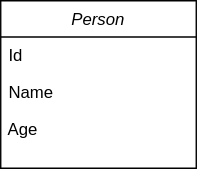
This is Database_Model.drawio.svg from Squaremann-008/FastAPI_CRUD, a draw.io export, as it was before one commit. Source tidied: cells renumbered, new cells last; positions are measured from the earlier drawing's top-left corner, leaving out a move shared by most shapes.
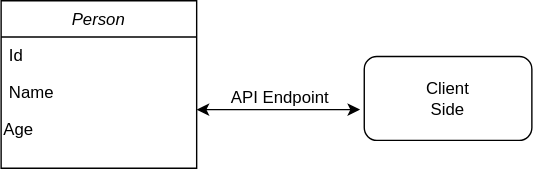
Later version of the same file.

Diff of the diagram source:
```diff
@@ -14,5 +14,17 @@
     <mxCell id="5" value="&lt;div&gt;&amp;nbsp;Age&lt;/div&gt;" style="text;html=1;strokeColor=none;fillColor=none;align=left;verticalAlign=middle;whiteSpace=wrap;rounded=0;" parent="2" vertex="1">
       <mxGeometry y="78" width="140" height="30" as="geometry" />
     </mxCell>
+    <mxCell id="6" style="rounded=1;whiteSpace=wrap;html=1;" parent="1" vertex="1">
+      <mxGeometry x="260" y="40" width="120" height="60" as="geometry" />
+    </mxCell>
+    <mxCell id="7" style="endArrow=classic;startArrow=classic;html=1;entryX=1;entryY=0;entryDx=0;entryDy=0;exitX=-0.025;exitY=0.633;exitDx=0;exitDy=0;exitPerimeter=0;" parent="1" edge="1" source="6" target="5">
+      <mxGeometry relative="1" as="geometry" />
+    </mxCell>
+    <mxCell id="8" value="Client Side" style="text;html=1;strokeColor=none;fillColor=none;align=center;verticalAlign=middle;whiteSpace=wrap;rounded=0;" parent="1" vertex="1">
+      <mxGeometry x="290" y="55" width="60" height="30" as="geometry" />
+    </mxCell>
+    <mxCell id="9" value="API Endpoint" style="text;html=1;strokeColor=none;fillColor=none;align=center;verticalAlign=middle;whiteSpace=wrap;rounded=0;" parent="1" vertex="1">
+      <mxGeometry x="160" y="55" width="80" height="30" as="geometry" />
+    </mxCell>
   </root>
 </mxGraphModel>
```
